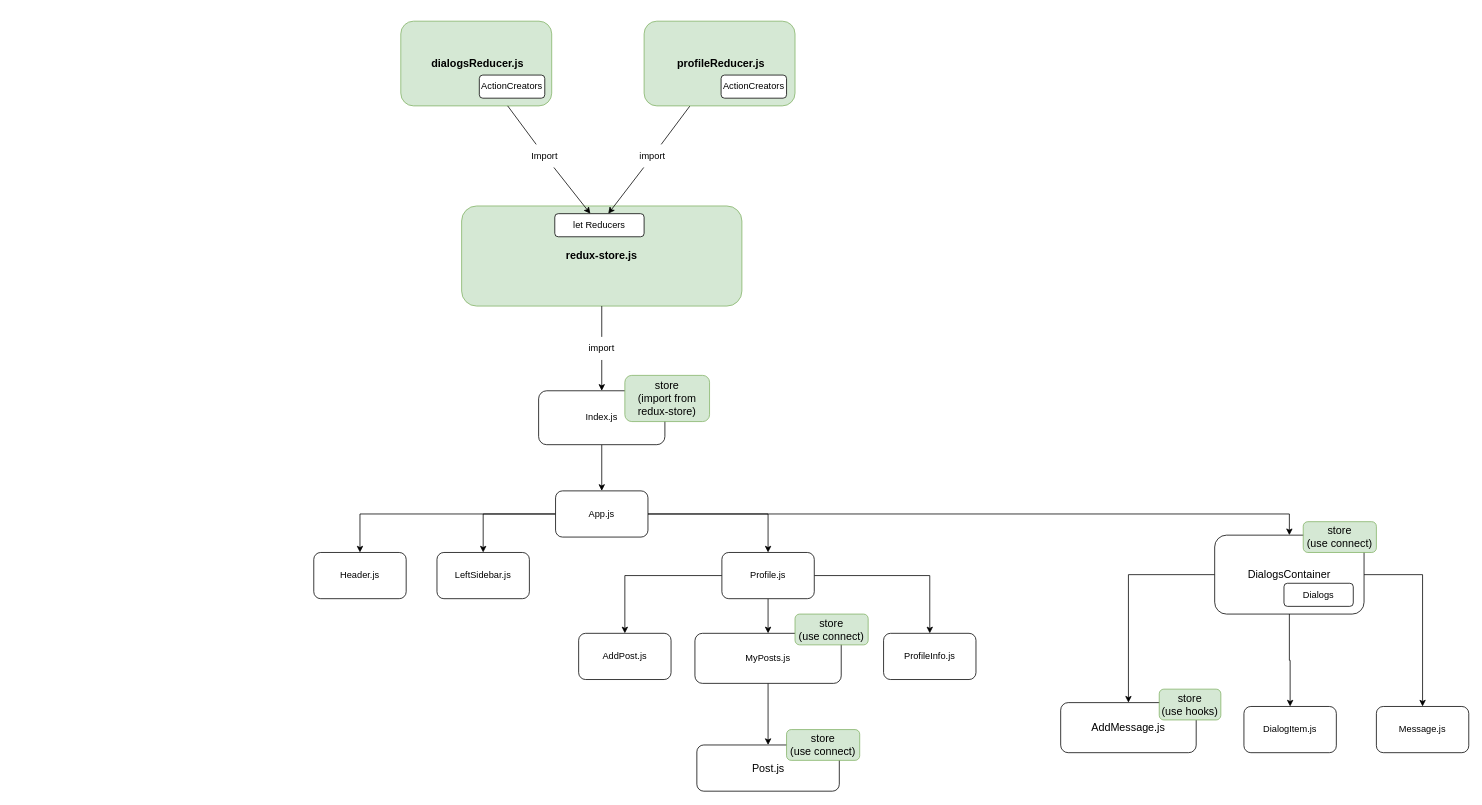
The draw.io diagram React-components tree.drawio in ayratkin/react-social-network, before the edit. Source tidied: cells renumbered, new cells numbered last; positions are measured from the earlier drawing's top-left corner, leaving out a move shared by most shapes. Both pictures are drawn from the tidied source at 77%, with x=0, y=0 at pixel (313, 21).
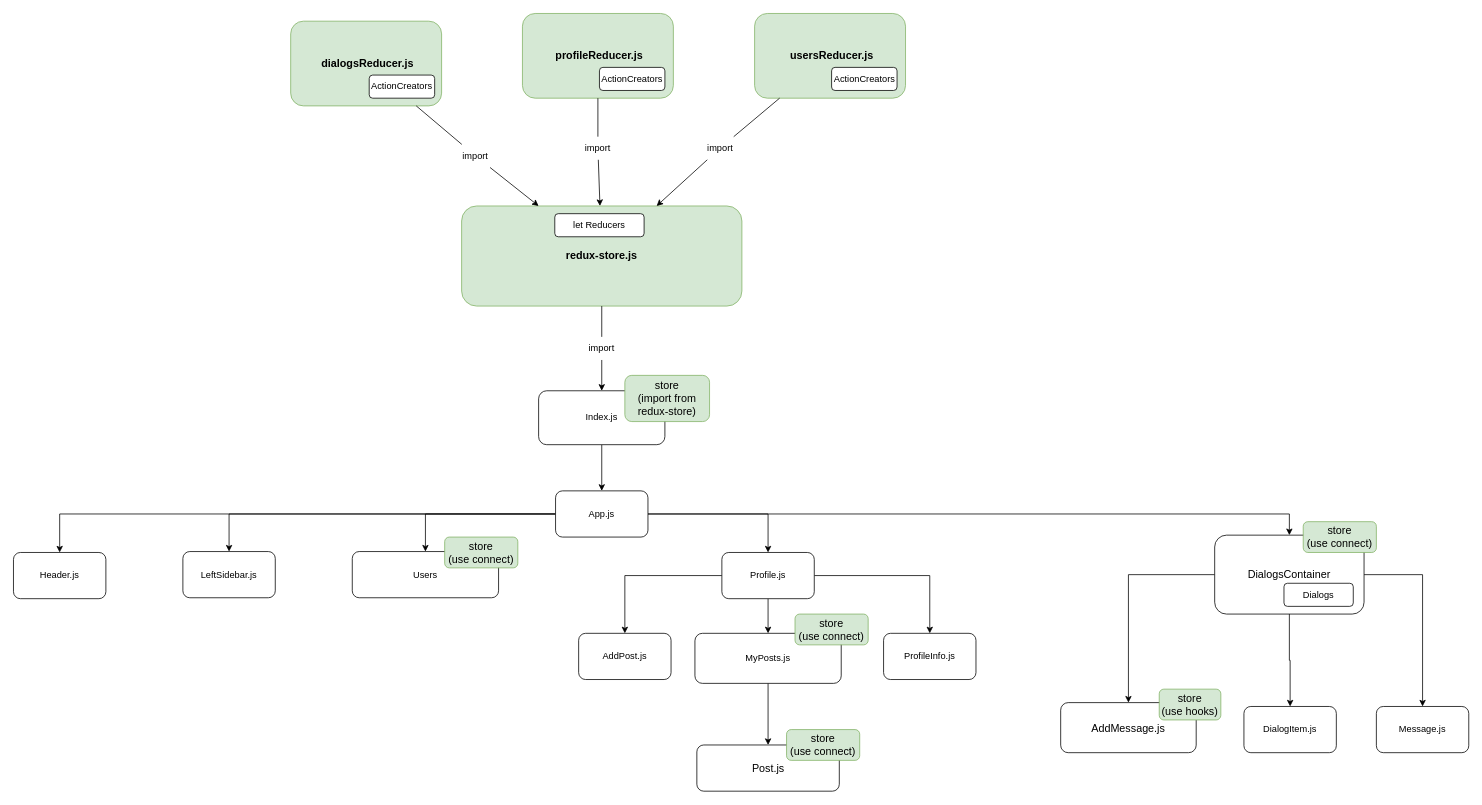
The same page after the edit.

Unchanged cells that the change refers to:
```xml
<mxCell id="8" value="App.js" style="rounded=1;whiteSpace=wrap;html=1;" parent="1" vertex="1">
  <mxGeometry x="314" y="610" width="120" height="60" as="geometry" />
</mxCell>
<mxCell id="25" style="rounded=1;whiteSpace=wrap;html=1;fillColor=#d5e8d4;strokeColor=#82b366;" parent="1" vertex="1">
  <mxGeometry x="192" y="240" width="364" height="130" as="geometry" />
</mxCell>
<mxCell id="28" value="let Reducers" style="rounded=1;whiteSpace=wrap;html=1;" parent="1" vertex="1">
  <mxGeometry x="313" y="250" width="116" height="30" as="geometry" />
</mxCell>
```

What changed in the source:
```diff
@@
+    <mxCell id="51" style="edgeStyle=orthogonalEdgeStyle;rounded=0;jettySize=auto;html=1;" parent="1" edge="1" source="8" target="52">
+      <mxGeometry relative="1" as="geometry" />
+    </mxCell>
@@
     <mxCell id="9" value="Header.js" style="rounded=1;whiteSpace=wrap;html=1;" parent="1" vertex="1">
-      <mxGeometry y="690" width="120" height="60" as="geometry" />
+      <mxGeometry x="-390" y="690" width="120" height="60" as="geometry" />
     </mxCell>
     <mxCell id="10" value="LeftSidebar.js" style="rounded=1;whiteSpace=wrap;html=1;" parent="1" vertex="1">
-      <mxGeometry x="160" y="690" width="120" height="60" as="geometry" />
+      <mxGeometry x="-170" y="688.8" width="120" height="60" as="geometry" />
     </mxCell>
@@
-    <mxCell id="23" style="endArrow=none;html=1;rounded=0;" parent="1" edge="1" target="31">
-      <mxGeometry relative="1" as="geometry">
-        <mxPoint x="488.6" y="110" as="sourcePoint" />
-      </mxGeometry>
-    </mxCell>
-    <mxCell id="24" value="Import" style="text;html=1;strokeColor=none;fillColor=none;align=center;verticalAlign=middle;whiteSpace=wrap;rounded=0;" parent="1" vertex="1">
-      <mxGeometry x="270" y="160" width="60" height="30" as="geometry" />
-    </mxCell>
@@
     <mxCell id="26" style="rounded=1;whiteSpace=wrap;html=1;fillColor=#d5e8d4;strokeColor=#82b366;" parent="1" vertex="1">
-      <mxGeometry x="113" width="196" height="110" as="geometry" />
+      <mxGeometry x="-30" width="196" height="110" as="geometry" />
     </mxCell>
-    <mxCell id="27" style="endArrow=none;html=1;rounded=0;" parent="1" edge="1" source="26" target="24">
-      <mxGeometry relative="1" as="geometry" />
-    </mxCell>
@@
-    <mxCell id="29" style="endArrow=classic;html=1;rounded=0;startArrow=none;" parent="1" edge="1" source="24" target="28">
-      <mxGeometry relative="1" as="geometry" />
-    </mxCell>
-    <mxCell id="30" style="endArrow=classic;html=1;rounded=0;startArrow=none;" parent="1" edge="1" source="31" target="28">
-      <mxGeometry relative="1" as="geometry" />
-    </mxCell>
-    <mxCell id="31" value="import" style="text;html=1;strokeColor=none;fillColor=none;align=center;verticalAlign=middle;whiteSpace=wrap;rounded=0;" parent="1" vertex="1">
-      <mxGeometry x="410" y="160" width="60" height="30" as="geometry" />
-    </mxCell>
@@
     <mxCell id="36" value="&lt;b style=&quot;font-size: 14px;&quot;&gt;dialogsReducer.js&lt;/b&gt;" style="text;html=1;strokeColor=none;fillColor=none;align=center;verticalAlign=middle;whiteSpace=wrap;rounded=0;fontSize=14;" parent="1" vertex="1">
-      <mxGeometry x="113" y="40" width="200" height="30" as="geometry" />
+      <mxGeometry x="-30" y="40" width="200" height="30" as="geometry" />
     </mxCell>
     <mxCell id="37" value="ActionCreators" style="rounded=1;whiteSpace=wrap;html=1;" parent="1" vertex="1">
-      <mxGeometry x="215" y="70" width="85" height="30" as="geometry" />
+      <mxGeometry x="72" y="70" width="85" height="30" as="geometry" />
     </mxCell>
     <mxCell id="38" style="rounded=1;whiteSpace=wrap;html=1;fillColor=#d5e8d4;strokeColor=#82b366;" parent="1" vertex="1">
-      <mxGeometry x="429" width="196" height="110" as="geometry" />
+      <mxGeometry x="271" y="-10" width="196" height="110" as="geometry" />
     </mxCell>
     <mxCell id="39" value="&lt;b style=&quot;font-size: 14px;&quot;&gt;profileReducer.js&lt;/b&gt;" style="text;html=1;strokeColor=none;fillColor=none;align=center;verticalAlign=middle;whiteSpace=wrap;rounded=0;fontSize=14;" parent="1" vertex="1">
-      <mxGeometry x="429" y="40" width="200" height="30" as="geometry" />
+      <mxGeometry x="271" y="30" width="200" height="30" as="geometry" />
     </mxCell>
     <mxCell id="40" value="ActionCreators" style="rounded=1;whiteSpace=wrap;html=1;" parent="1" vertex="1">
-      <mxGeometry x="529" y="70" width="85" height="30" as="geometry" />
+      <mxGeometry x="371" y="60" width="85" height="30" as="geometry" />
     </mxCell>
@@
+    <mxCell id="52" value="Users" style="rounded=1;whiteSpace=wrap;html=1;" parent="1" vertex="1">
+      <mxGeometry x="50" y="688.8" width="190" height="60" as="geometry" />
+    </mxCell>
+    <mxCell id="53" style="rounded=1;whiteSpace=wrap;html=1;fillColor=#d5e8d4;strokeColor=#82b366;" parent="1" vertex="1">
+      <mxGeometry x="572.5" y="-10" width="196" height="110" as="geometry" />
+    </mxCell>
+    <mxCell id="54" value="&lt;b style=&quot;font-size: 14px;&quot;&gt;usersReducer.js&lt;/b&gt;" style="text;html=1;strokeColor=none;fillColor=none;align=center;verticalAlign=middle;whiteSpace=wrap;rounded=0;fontSize=14;" parent="1" vertex="1">
+      <mxGeometry x="572.5" y="30" width="200" height="30" as="geometry" />
+    </mxCell>
+    <mxCell id="55" value="ActionCreators" style="rounded=1;whiteSpace=wrap;html=1;" parent="1" vertex="1">
+      <mxGeometry x="672.5" y="60" width="85" height="30" as="geometry" />
+    </mxCell>
+    <mxCell id="56" style="endArrow=classic;html=1;rounded=0;startArrow=none;" parent="1" edge="1" source="57" target="25">
+      <mxGeometry relative="1" as="geometry" />
+    </mxCell>
+    <mxCell id="57" value="import" style="text;html=1;strokeColor=none;fillColor=none;align=center;verticalAlign=middle;whiteSpace=wrap;rounded=0;" parent="1" vertex="1">
+      <mxGeometry x="497.5" y="150" width="60" height="30" as="geometry" />
+    </mxCell>
+    <mxCell id="58" style="endArrow=none;html=1;rounded=0;" parent="1" edge="1" source="53" target="57">
+      <mxGeometry relative="1" as="geometry" />
+    </mxCell>
+    <mxCell id="59" style="endArrow=classic;html=1;rounded=0;startArrow=none;" parent="1" edge="1" source="63" target="25">
+      <mxGeometry relative="1" as="geometry" />
+    </mxCell>
+    <mxCell id="60" style="endArrow=classic;html=1;rounded=0;startArrow=none;" parent="1" edge="1" source="61" target="25">
+      <mxGeometry relative="1" as="geometry" />
+    </mxCell>
+    <mxCell id="61" value="import" style="text;html=1;strokeColor=none;fillColor=none;align=center;verticalAlign=middle;whiteSpace=wrap;rounded=0;" parent="1" vertex="1">
+      <mxGeometry x="339" y="150" width="60" height="30" as="geometry" />
+    </mxCell>
+    <mxCell id="62" style="endArrow=none;html=1;rounded=0;" parent="1" edge="1" source="38" target="61">
+      <mxGeometry relative="1" as="geometry" />
+    </mxCell>
+    <mxCell id="63" value="import" style="text;html=1;strokeColor=none;fillColor=none;align=center;verticalAlign=middle;whiteSpace=wrap;rounded=0;" parent="1" vertex="1">
+      <mxGeometry x="180" y="160" width="60" height="30" as="geometry" />
+    </mxCell>
+    <mxCell id="64" style="endArrow=none;html=1;rounded=0;" parent="1" edge="1" source="26" target="63">
+      <mxGeometry relative="1" as="geometry" />
+    </mxCell>
+    <mxCell id="65" value="store&lt;br&gt;(use connect)" style="rounded=1;whiteSpace=wrap;html=1;fontSize=14;fillColor=#d5e8d4;strokeColor=#82b366;" parent="1" vertex="1">
+      <mxGeometry x="170" y="670" width="95" height="40" as="geometry" />
+    </mxCell>
```
